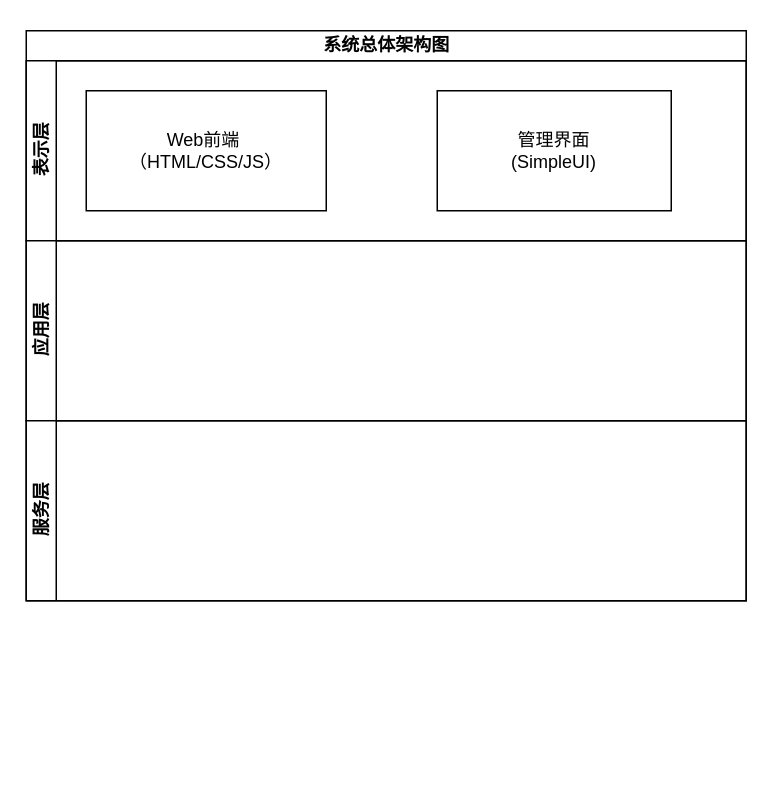
programer-afk/WebScanner keeps this draw.io diagram as ER图/总体组织架构图.drawio. Above is the earlier version. Source tidied: cells renumbered, new cells numbered last; positions are measured from the earlier drawing's top-left corner, leaving out a move shared by most shapes. Both pictures are drawn from the tidied source at 150%, with x=0, y=0 at pixel (26, 30).
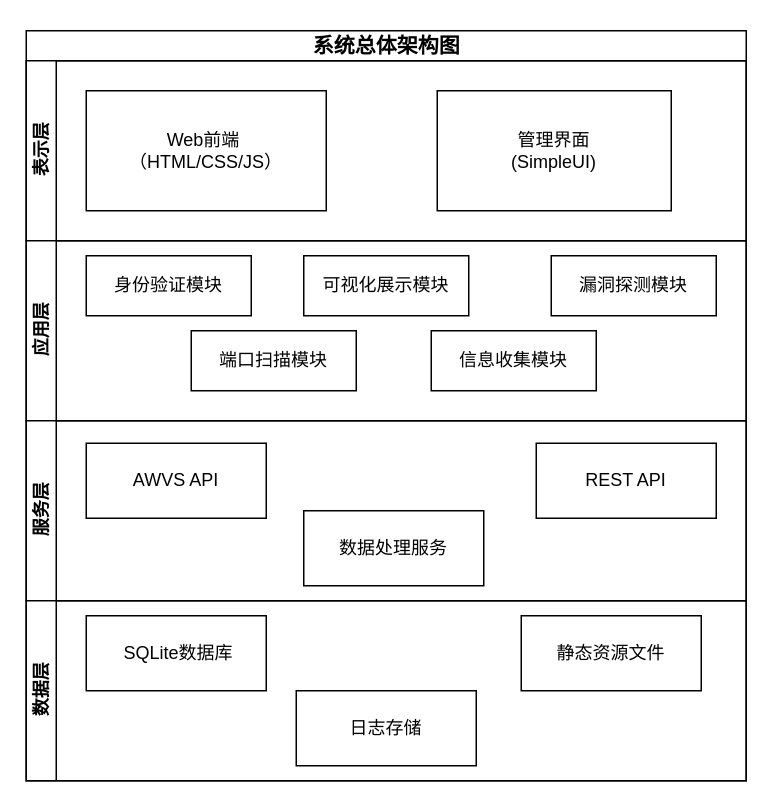
The same diagram, later.

Commit message (it also covers changes not shown here):
更新总体组织架构图.drawio

Change to the diagram source:
```diff
@@
 <mxGraphModel>
   <root>
     <mxCell id="0" />
     <mxCell id="1" parent="0" />
-    <mxCell id="2" value="系统总体架构图" style="swimlane;horizontal=1;startSize=20;html=1;" parent="1" vertex="1">
-      <mxGeometry width="480" height="380" as="geometry" />
+    <mxCell id="2" value="&lt;div style=&quot;line-height: 220%;&quot;&gt;&lt;font style=&quot;font-size: 14px;&quot;&gt;系统总体架构图&lt;/font&gt;&lt;/div&gt;" style="swimlane;horizontal=1;startSize=20;html=1;" parent="1" vertex="1">
+      <mxGeometry width="480" height="500" as="geometry" />
     </mxCell>
     <mxCell id="3" value="表示层" style="swimlane;startSize=20;horizontal=0;html=1;" parent="2" vertex="1">
       <mxGeometry y="20" width="480" height="120" as="geometry" />
     </mxCell>
     <mxCell id="4" value="Web前端&amp;nbsp;&lt;br&gt;（HTML/CSS/JS）" style="rounded=0;whiteSpace=wrap;html=1;" parent="3" vertex="1">
       <mxGeometry x="40" y="20" width="160" height="80" as="geometry" />
     </mxCell>
     <mxCell id="5" value="管理界面&lt;div&gt;(SimpleUI)&lt;/div&gt;" style="rounded=0;whiteSpace=wrap;html=1;" parent="3" vertex="1">
       <mxGeometry x="274" y="20" width="156" height="80" as="geometry" />
     </mxCell>
     <mxCell id="6" value="应用层" style="swimlane;startSize=20;horizontal=0;html=1;" parent="2" vertex="1">
       <mxGeometry y="140" width="480" height="120" as="geometry" />
     </mxCell>
+    <mxCell id="8" value="身份验证模块" style="rounded=0;whiteSpace=wrap;html=1;" parent="6" vertex="1">
+      <mxGeometry x="40" y="10" width="110" height="40" as="geometry" />
+    </mxCell>
+    <mxCell id="9" value="可视化展示模块" style="rounded=0;whiteSpace=wrap;html=1;" parent="6" vertex="1">
+      <mxGeometry x="185" y="10" width="110" height="40" as="geometry" />
+    </mxCell>
+    <mxCell id="10" value="漏洞探测模块" style="rounded=0;whiteSpace=wrap;html=1;" parent="6" vertex="1">
+      <mxGeometry x="350" y="10" width="110" height="40" as="geometry" />
+    </mxCell>
+    <mxCell id="11" value="信息收集模块" style="rounded=0;whiteSpace=wrap;html=1;" parent="6" vertex="1">
+      <mxGeometry x="270" y="60" width="110" height="40" as="geometry" />
+    </mxCell>
+    <mxCell id="12" value="端口扫描模块" style="rounded=0;whiteSpace=wrap;html=1;" parent="6" vertex="1">
+      <mxGeometry x="110" y="60" width="110" height="40" as="geometry" />
+    </mxCell>
     <mxCell id="7" value="服务层" style="swimlane;startSize=20;horizontal=0;html=1;" parent="2" vertex="1">
       <mxGeometry y="260" width="480" height="120" as="geometry" />
     </mxCell>
+    <mxCell id="13" value="AWVS API" style="rounded=0;whiteSpace=wrap;html=1;" parent="7" vertex="1">
+      <mxGeometry x="40" y="15" width="120" height="50" as="geometry" />
+    </mxCell>
+    <mxCell id="14" value="REST API" style="rounded=0;whiteSpace=wrap;html=1;" parent="7" vertex="1">
+      <mxGeometry x="340" y="15" width="120" height="50" as="geometry" />
+    </mxCell>
+    <mxCell id="15" value="数据处理服务" style="rounded=0;whiteSpace=wrap;html=1;" parent="7" vertex="1">
+      <mxGeometry x="185" y="60" width="120" height="50" as="geometry" />
+    </mxCell>
+    <mxCell id="16" value="数据层" style="swimlane;startSize=20;horizontal=0;html=1;" parent="2" vertex="1">
+      <mxGeometry y="380" width="480" height="120" as="geometry" />
+    </mxCell>
+    <mxCell id="17" value="&amp;nbsp;SQLite数据库" style="rounded=0;whiteSpace=wrap;html=1;" parent="16" vertex="1">
+      <mxGeometry x="40" y="10" width="120" height="50" as="geometry" />
+    </mxCell>
+    <mxCell id="18" value="静态资源文件" style="rounded=0;whiteSpace=wrap;html=1;" parent="16" vertex="1">
+      <mxGeometry x="330" y="10" width="120" height="50" as="geometry" />
+    </mxCell>
+    <mxCell id="19" value="日志存储" style="rounded=0;whiteSpace=wrap;html=1;" parent="16" vertex="1">
+      <mxGeometry x="180" y="60" width="120" height="50" as="geometry" />
+    </mxCell>
   </root>
 </mxGraphModel>
```
